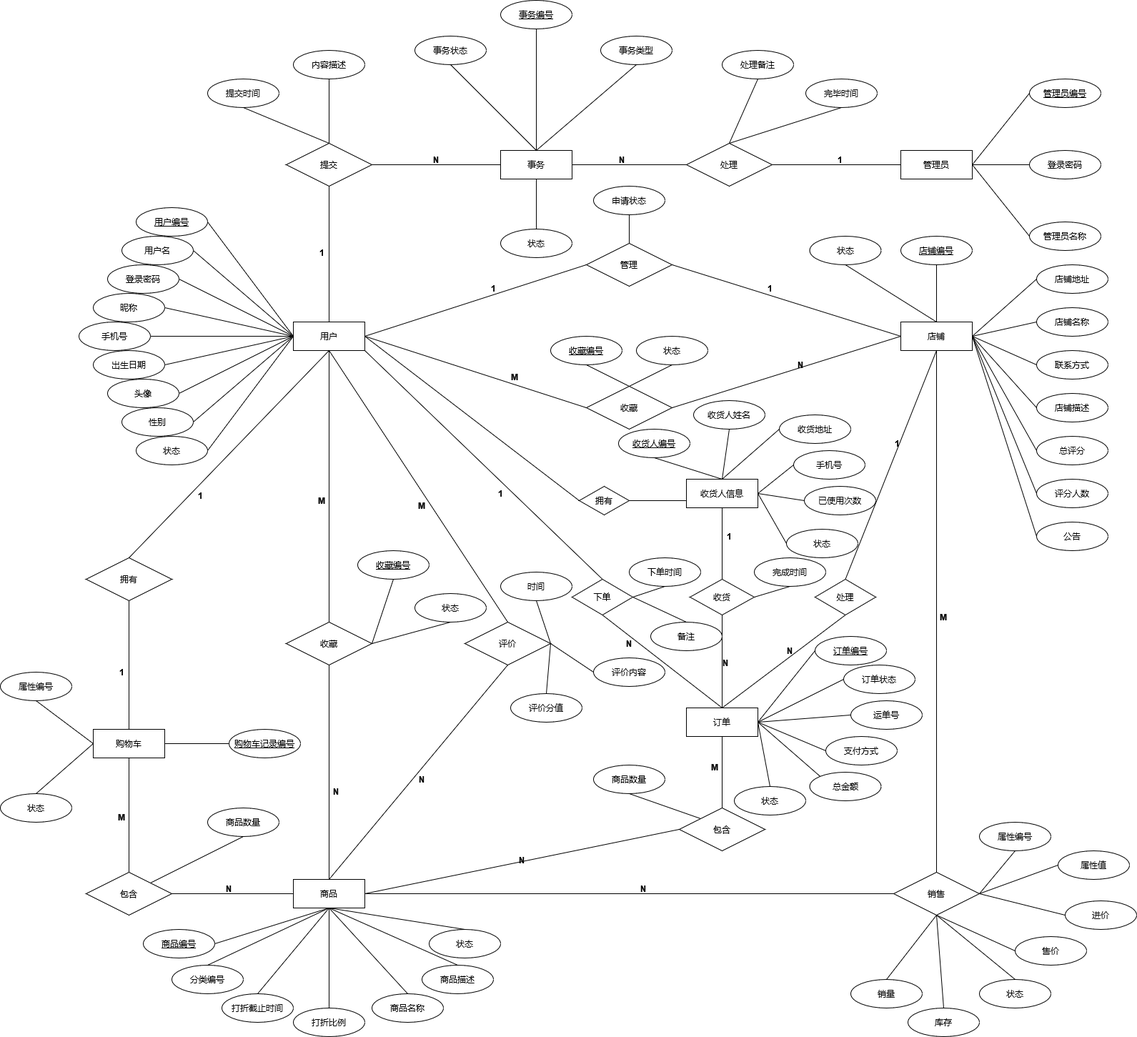
Liu-Kaixiang/Online-Shopping-System keeps this draw.io diagram as Images/E-R.drawio.png. Above is the earlier version. Source tidied: cells renumbered, new cells last; positions are measured from the earlier drawing's top-left corner, leaving out a move shared by most shapes.
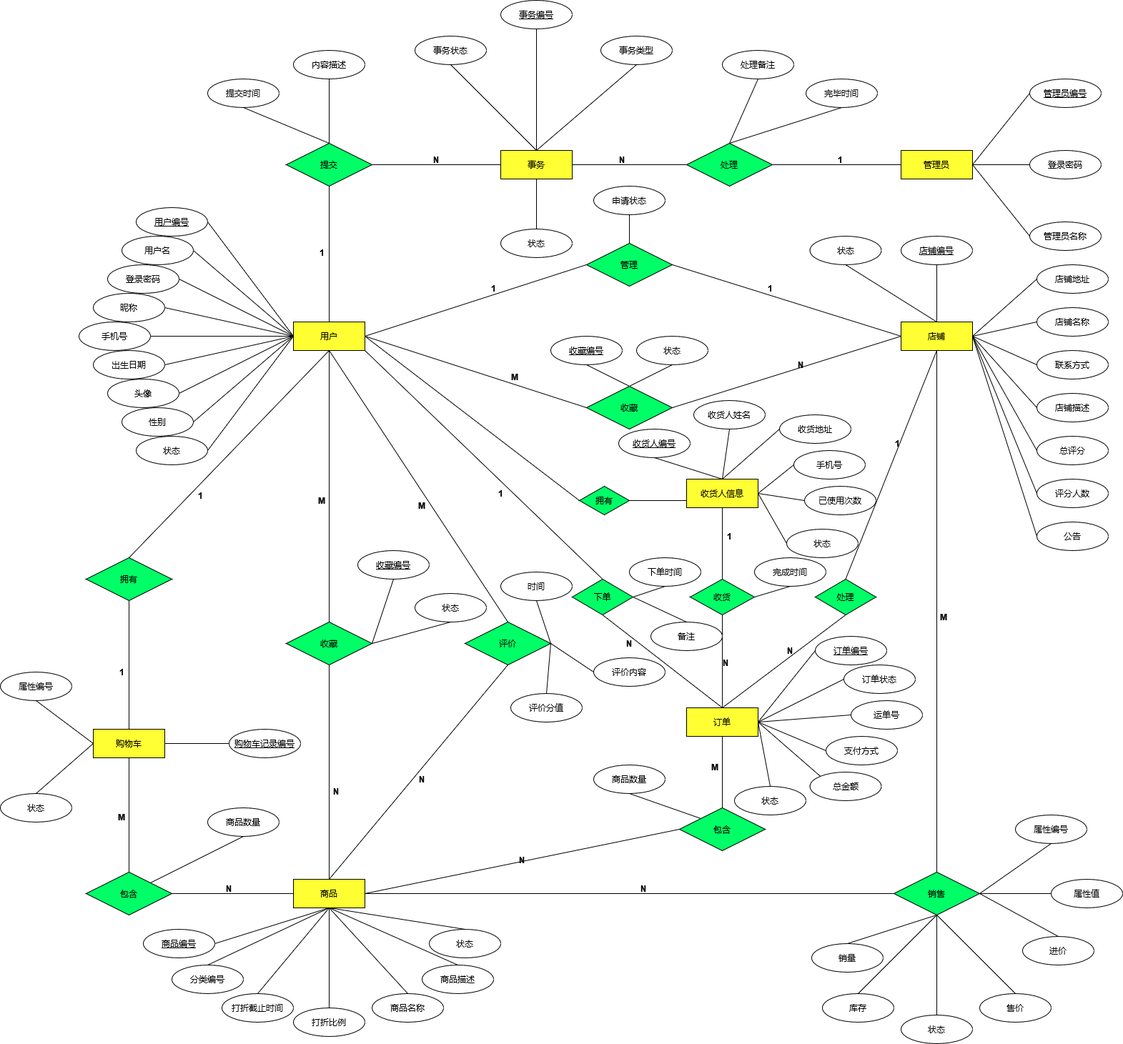
After the commit.

Change to the diagram source:
```diff
@@ -2,22 +2,22 @@
   <root>
     <mxCell id="0" />
     <mxCell id="1" parent="0" />
-    <mxCell id="2" value="用户" style="whiteSpace=wrap;html=1;align=center;" parent="1" vertex="1">
+    <mxCell id="2" value="用户" style="whiteSpace=wrap;html=1;align=center;fillColor=#FFFF33;" parent="1" vertex="1">
       <mxGeometry x="410" y="450" width="100" height="40" as="geometry" />
     </mxCell>
-    <mxCell id="3" value="提交" style="shape=rhombus;perimeter=rhombusPerimeter;whiteSpace=wrap;html=1;align=center;" parent="1" vertex="1">
+    <mxCell id="3" value="提交" style="shape=rhombus;perimeter=rhombusPerimeter;whiteSpace=wrap;html=1;align=center;fillColor=#00FF66;" parent="1" vertex="1">
       <mxGeometry x="400" y="200" width="120" height="60" as="geometry" />
     </mxCell>
-    <mxCell id="4" value="拥有" style="shape=rhombus;perimeter=rhombusPerimeter;whiteSpace=wrap;html=1;align=center;" parent="1" vertex="1">
+    <mxCell id="4" value="拥有" style="shape=rhombus;perimeter=rhombusPerimeter;whiteSpace=wrap;html=1;align=center;fillColor=#00FF66;" parent="1" vertex="1">
       <mxGeometry x="120" y="780" width="120" height="60" as="geometry" />
     </mxCell>
-    <mxCell id="5" value="收藏" style="shape=rhombus;perimeter=rhombusPerimeter;whiteSpace=wrap;html=1;align=center;" parent="1" vertex="1">
+    <mxCell id="5" value="收藏" style="shape=rhombus;perimeter=rhombusPerimeter;whiteSpace=wrap;html=1;align=center;fillColor=#00FF66;" parent="1" vertex="1">
       <mxGeometry x="400" y="870" width="120" height="60" as="geometry" />
     </mxCell>
-    <mxCell id="6" value="评价" style="shape=rhombus;perimeter=rhombusPerimeter;whiteSpace=wrap;html=1;align=center;" parent="1" vertex="1">
+    <mxCell id="6" value="评价" style="shape=rhombus;perimeter=rhombusPerimeter;whiteSpace=wrap;html=1;align=center;fillColor=#00FF66;" parent="1" vertex="1">
       <mxGeometry x="650" y="870" width="120" height="60" as="geometry" />
     </mxCell>
-    <mxCell id="7" value="商品" style="whiteSpace=wrap;html=1;align=center;" parent="1" vertex="1">
+    <mxCell id="7" value="商品" style="whiteSpace=wrap;html=1;align=center;fillColor=#FFFF33;" parent="1" vertex="1">
       <mxGeometry x="410" y="1230" width="100" height="40" as="geometry" />
     </mxCell>
     <mxCell id="8" style="endArrow=none;html=1;rounded=0;exitX=0.5;exitY=1;exitDx=0;exitDy=0;entryX=0.5;entryY=0;entryDx=0;entryDy=0;" parent="1" edge="1" source="5" target="7">
@@ -26,31 +26,31 @@
     <mxCell id="9" style="endArrow=none;html=1;rounded=0;exitX=0.5;exitY=1;exitDx=0;exitDy=0;entryX=0.5;entryY=0;entryDx=0;entryDy=0;" parent="1" edge="1" source="3" target="2">
       <mxGeometry relative="1" as="geometry" />
     </mxCell>
-    <mxCell id="10" value="事务" style="whiteSpace=wrap;html=1;align=center;" parent="1" vertex="1">
+    <mxCell id="10" value="事务" style="whiteSpace=wrap;html=1;align=center;fillColor=#FFFF33;" parent="1" vertex="1">
       <mxGeometry x="700" y="210" width="100" height="40" as="geometry" />
     </mxCell>
     <mxCell id="11" style="endArrow=none;html=1;rounded=0;exitX=1;exitY=0.5;exitDx=0;exitDy=0;entryX=0;entryY=0.5;entryDx=0;entryDy=0;" parent="1" edge="1" source="3" target="10">
       <mxGeometry relative="1" as="geometry" />
     </mxCell>
-    <mxCell id="12" value="处理" style="shape=rhombus;perimeter=rhombusPerimeter;whiteSpace=wrap;html=1;align=center;" parent="1" vertex="1">
+    <mxCell id="12" value="处理" style="shape=rhombus;perimeter=rhombusPerimeter;whiteSpace=wrap;html=1;align=center;fillColor=#00FF66;" parent="1" vertex="1">
       <mxGeometry x="960" y="200" width="120" height="60" as="geometry" />
     </mxCell>
     <mxCell id="13" style="endArrow=none;html=1;rounded=0;exitX=1;exitY=0.5;exitDx=0;exitDy=0;entryX=0;entryY=0.5;entryDx=0;entryDy=0;" parent="1" edge="1" source="10" target="12">
       <mxGeometry relative="1" as="geometry" />
     </mxCell>
-    <mxCell id="14" value="管理员" style="whiteSpace=wrap;html=1;align=center;" parent="1" vertex="1">
+    <mxCell id="14" value="管理员" style="whiteSpace=wrap;html=1;align=center;fillColor=#FFFF33;" parent="1" vertex="1">
       <mxGeometry x="1260" y="210" width="100" height="40" as="geometry" />
     </mxCell>
     <mxCell id="15" style="endArrow=none;html=1;rounded=0;exitX=1;exitY=0.5;exitDx=0;exitDy=0;entryX=0;entryY=0.5;entryDx=0;entryDy=0;" parent="1" edge="1" source="12" target="14">
       <mxGeometry relative="1" as="geometry" />
     </mxCell>
-    <mxCell id="16" value="店铺" style="whiteSpace=wrap;html=1;align=center;" parent="1" vertex="1">
+    <mxCell id="16" value="店铺" style="whiteSpace=wrap;html=1;align=center;fillColor=#FFFF33;" parent="1" vertex="1">
       <mxGeometry x="1260" y="450" width="100" height="40" as="geometry" />
     </mxCell>
-    <mxCell id="17" value="管理" style="shape=rhombus;perimeter=rhombusPerimeter;whiteSpace=wrap;html=1;align=center;" parent="1" vertex="1">
+    <mxCell id="17" value="管理" style="shape=rhombus;perimeter=rhombusPerimeter;whiteSpace=wrap;html=1;align=center;fillColor=#00FF66;" parent="1" vertex="1">
       <mxGeometry x="820" y="340" width="120" height="60" as="geometry" />
     </mxCell>
-    <mxCell id="18" value="收藏" style="shape=rhombus;perimeter=rhombusPerimeter;whiteSpace=wrap;html=1;align=center;" parent="1" vertex="1">
+    <mxCell id="18" value="收藏" style="shape=rhombus;perimeter=rhombusPerimeter;whiteSpace=wrap;html=1;align=center;fillColor=#00FF66;" parent="1" vertex="1">
       <mxGeometry x="820" y="540" width="120" height="60" as="geometry" />
     </mxCell>
     <mxCell id="19" style="endArrow=none;html=1;rounded=0;exitX=1;exitY=0.5;exitDx=0;exitDy=0;entryX=0;entryY=0.5;entryDx=0;entryDy=0;" parent="1" edge="1" source="2" target="17">
@@ -65,10 +65,10 @@
     <mxCell id="22" style="endArrow=none;html=1;rounded=0;exitX=1;exitY=0.5;exitDx=0;exitDy=0;entryX=0;entryY=0.5;entryDx=0;entryDy=0;" parent="1" edge="1" source="18" target="16">
       <mxGeometry relative="1" as="geometry" />
     </mxCell>
-    <mxCell id="23" value="收货人信息" style="whiteSpace=wrap;html=1;align=center;" parent="1" vertex="1">
+    <mxCell id="23" value="收货人信息" style="whiteSpace=wrap;html=1;align=center;fillColor=#FFFF33;" parent="1" vertex="1">
       <mxGeometry x="960" y="670" width="100" height="40" as="geometry" />
     </mxCell>
-    <mxCell id="24" value="拥有" style="shape=rhombus;perimeter=rhombusPerimeter;whiteSpace=wrap;html=1;align=center;" parent="1" vertex="1">
+    <mxCell id="24" value="拥有" style="shape=rhombus;perimeter=rhombusPerimeter;whiteSpace=wrap;html=1;align=center;fillColor=#00FF66;" parent="1" vertex="1">
       <mxGeometry x="810" y="680" width="70" height="40" as="geometry" />
     </mxCell>
     <mxCell id="25" style="endArrow=none;html=1;rounded=0;exitX=1;exitY=0.5;exitDx=0;exitDy=0;entryX=0;entryY=0.5;entryDx=0;entryDy=0;" parent="1" edge="1" source="2" target="24">
@@ -77,16 +77,16 @@
     <mxCell id="26" style="endArrow=none;html=1;rounded=0;exitX=1;exitY=0.5;exitDx=0;exitDy=0;entryX=0;entryY=0.75;entryDx=0;entryDy=0;" parent="1" edge="1" source="24" target="23">
       <mxGeometry relative="1" as="geometry" />
     </mxCell>
-    <mxCell id="27" value="订单" style="whiteSpace=wrap;html=1;align=center;" parent="1" vertex="1">
+    <mxCell id="27" value="订单" style="whiteSpace=wrap;html=1;align=center;fillColor=#FFFF33;" parent="1" vertex="1">
       <mxGeometry x="960" y="990" width="100" height="40" as="geometry" />
     </mxCell>
-    <mxCell id="28" value="下单" style="shape=rhombus;perimeter=rhombusPerimeter;whiteSpace=wrap;html=1;align=center;" parent="1" vertex="1">
+    <mxCell id="28" value="下单" style="shape=rhombus;perimeter=rhombusPerimeter;whiteSpace=wrap;html=1;align=center;fillColor=#00FF66;" parent="1" vertex="1">
       <mxGeometry x="800" y="810" width="85" height="50" as="geometry" />
     </mxCell>
-    <mxCell id="29" value="收货" style="shape=rhombus;perimeter=rhombusPerimeter;whiteSpace=wrap;html=1;align=center;" parent="1" vertex="1">
+    <mxCell id="29" value="收货" style="shape=rhombus;perimeter=rhombusPerimeter;whiteSpace=wrap;html=1;align=center;fillColor=#00FF66;" parent="1" vertex="1">
       <mxGeometry x="965" y="810" width="90" height="50" as="geometry" />
     </mxCell>
-    <mxCell id="30" value="处理" style="shape=rhombus;perimeter=rhombusPerimeter;whiteSpace=wrap;html=1;align=center;" parent="1" vertex="1">
+    <mxCell id="30" value="处理" style="shape=rhombus;perimeter=rhombusPerimeter;whiteSpace=wrap;html=1;align=center;fillColor=#00FF66;" parent="1" vertex="1">
       <mxGeometry x="1140" y="810" width="85" height="50" as="geometry" />
     </mxCell>
     <mxCell id="31" style="endArrow=none;html=1;rounded=0;exitX=1;exitY=1;exitDx=0;exitDy=0;entryX=0.5;entryY=0;entryDx=0;entryDy=0;" parent="1" edge="1" source="2" target="28">
@@ -110,7 +110,7 @@
     <mxCell id="37" style="endArrow=none;html=1;rounded=0;entryX=0.5;entryY=1;entryDx=0;entryDy=0;exitX=0.5;exitY=0;exitDx=0;exitDy=0;" parent="1" edge="1" source="7" target="6">
       <mxGeometry relative="1" as="geometry" />
     </mxCell>
-    <mxCell id="38" value="包含" style="shape=rhombus;perimeter=rhombusPerimeter;whiteSpace=wrap;html=1;align=center;" parent="1" vertex="1">
+    <mxCell id="38" value="包含" style="shape=rhombus;perimeter=rhombusPerimeter;whiteSpace=wrap;html=1;align=center;fillColor=#00FF66;" parent="1" vertex="1">
       <mxGeometry x="950" y="1130" width="120" height="60" as="geometry" />
     </mxCell>
     <mxCell id="39" style="endArrow=none;html=1;rounded=0;entryX=0.5;entryY=1;entryDx=0;entryDy=0;" parent="1" edge="1" source="38" target="27">
@@ -122,7 +122,7 @@
     <mxCell id="41" style="endArrow=none;html=1;rounded=0;entryX=0;entryY=0.5;entryDx=0;entryDy=0;exitX=1;exitY=0.5;exitDx=0;exitDy=0;" parent="1" edge="1" source="7" target="38">
       <mxGeometry relative="1" as="geometry" />
     </mxCell>
-    <mxCell id="42" value="销售" style="shape=rhombus;perimeter=rhombusPerimeter;whiteSpace=wrap;html=1;align=center;" parent="1" vertex="1">
+    <mxCell id="42" value="销售" style="shape=rhombus;perimeter=rhombusPerimeter;whiteSpace=wrap;html=1;align=center;fillColor=#00FF66;" parent="1" vertex="1">
       <mxGeometry x="1250" y="1220" width="120" height="60" as="geometry" />
     </mxCell>
     <mxCell id="43" style="endArrow=none;html=1;rounded=0;entryX=0.5;entryY=0;entryDx=0;entryDy=0;" parent="1" edge="1" source="16" target="42">
@@ -321,7 +321,7 @@
       <mxGeometry x="590" y="1350" width="100" height="40" as="geometry" />
     </mxCell>
     <mxCell id="108" value="销量" style="ellipse;whiteSpace=wrap;html=1;align=center;" parent="1" vertex="1">
-      <mxGeometry x="1190" y="1370" width="100" height="40" as="geometry" />
+      <mxGeometry x="1135" y="1320" width="100" height="40" as="geometry" />
     </mxCell>
     <mxCell id="109" value="打折截止时间" style="ellipse;whiteSpace=wrap;html=1;align=center;" parent="1" vertex="1">
       <mxGeometry x="310" y="1390" width="100" height="40" as="geometry" />
@@ -439,13 +439,13 @@
     <mxCell id="146" style="endArrow=none;html=1;rounded=0;exitX=1;exitY=0.5;exitDx=0;exitDy=0;entryX=0.5;entryY=1;entryDx=0;entryDy=0;" parent="1" edge="1" source="5" target="144">
       <mxGeometry relative="1" as="geometry" />
     </mxCell>
-    <mxCell id="147" value="购物车" style="whiteSpace=wrap;html=1;align=center;" parent="1" vertex="1">
+    <mxCell id="147" value="购物车" style="whiteSpace=wrap;html=1;align=center;fillColor=#FFFF33;" parent="1" vertex="1">
       <mxGeometry x="130" y="1020" width="100" height="40" as="geometry" />
     </mxCell>
     <mxCell id="148" style="endArrow=none;html=1;rounded=0;entryX=0.5;entryY=1;entryDx=0;entryDy=0;exitX=0.5;exitY=0;exitDx=0;exitDy=0;" parent="1" edge="1" source="147" target="4">
       <mxGeometry relative="1" as="geometry" />
     </mxCell>
-    <mxCell id="149" value="包含" style="shape=rhombus;perimeter=rhombusPerimeter;whiteSpace=wrap;html=1;align=center;" parent="1" vertex="1">
+    <mxCell id="149" value="包含" style="shape=rhombus;perimeter=rhombusPerimeter;whiteSpace=wrap;html=1;align=center;fillColor=#00FF66;" parent="1" vertex="1">
       <mxGeometry x="120" y="1220" width="120" height="60" as="geometry" />
     </mxCell>
     <mxCell id="150" style="endArrow=none;html=1;rounded=0;exitX=0.5;exitY=1;exitDx=0;exitDy=0;entryX=0.5;entryY=0;entryDx=0;entryDy=0;" parent="1" edge="1" source="147" target="149">
@@ -538,22 +538,22 @@
       <mxGeometry relative="1" as="geometry" />
     </mxCell>
     <mxCell id="179" value="进价" style="ellipse;whiteSpace=wrap;html=1;align=center;" parent="1" vertex="1">
-      <mxGeometry x="1490" y="1260" width="100" height="40" as="geometry" />
+      <mxGeometry x="1430" y="1310" width="100" height="40" as="geometry" />
     </mxCell>
     <mxCell id="180" value="售价" style="ellipse;whiteSpace=wrap;html=1;align=center;" parent="1" vertex="1">
-      <mxGeometry x="1420" y="1310" width="100" height="40" as="geometry" />
+      <mxGeometry x="1370" y="1390" width="100" height="40" as="geometry" />
     </mxCell>
     <mxCell id="181" value="库存" style="ellipse;whiteSpace=wrap;html=1;align=center;" parent="1" vertex="1">
-      <mxGeometry x="1270" y="1410" width="100" height="40" as="geometry" />
+      <mxGeometry x="1150" y="1390" width="100" height="40" as="geometry" />
     </mxCell>
     <mxCell id="182" value="状态" style="ellipse;whiteSpace=wrap;html=1;align=center;" parent="1" vertex="1">
-      <mxGeometry x="1370" y="1370" width="100" height="40" as="geometry" />
+      <mxGeometry x="1260" y="1420" width="100" height="40" as="geometry" />
     </mxCell>
     <mxCell id="183" value="属性编号" style="ellipse;whiteSpace=wrap;html=1;align=center;" parent="1" vertex="1">
-      <mxGeometry x="1370" y="1150" width="100" height="40" as="geometry" />
+      <mxGeometry x="1420" y="1140" width="100" height="40" as="geometry" />
     </mxCell>
     <mxCell id="184" value="属性值" style="ellipse;whiteSpace=wrap;html=1;align=center;" parent="1" vertex="1">
-      <mxGeometry x="1480" y="1190" width="100" height="40" as="geometry" />
+      <mxGeometry x="1470" y="1230" width="100" height="40" as="geometry" />
     </mxCell>
     <mxCell id="185" style="endArrow=none;html=1;rounded=0;entryX=0.5;entryY=0;entryDx=0;entryDy=0;exitX=0.5;exitY=1;exitDx=0;exitDy=0;" parent="1" edge="1" source="42" target="181">
       <mxGeometry relative="1" as="geometry" />
@@ -561,13 +561,13 @@
     <mxCell id="186" style="endArrow=none;html=1;rounded=0;entryX=0.5;entryY=0;entryDx=0;entryDy=0;exitX=0.5;exitY=1;exitDx=0;exitDy=0;" parent="1" edge="1" source="42" target="182">
       <mxGeometry relative="1" as="geometry" />
     </mxCell>
-    <mxCell id="187" style="endArrow=none;html=1;rounded=0;entryX=0;entryY=0.5;entryDx=0;entryDy=0;exitX=0.5;exitY=1;exitDx=0;exitDy=0;" parent="1" edge="1" source="42" target="180">
+    <mxCell id="187" style="endArrow=none;html=1;rounded=0;entryX=0.5;entryY=0;entryDx=0;entryDy=0;exitX=0.5;exitY=1;exitDx=0;exitDy=0;" parent="1" edge="1" source="42" target="180">
       <mxGeometry relative="1" as="geometry" />
     </mxCell>
     <mxCell id="188" style="endArrow=none;html=1;rounded=0;entryX=0.5;entryY=1;entryDx=0;entryDy=0;exitX=1;exitY=0.5;exitDx=0;exitDy=0;" parent="1" edge="1" source="42" target="183">
       <mxGeometry relative="1" as="geometry" />
     </mxCell>
-    <mxCell id="189" style="endArrow=none;html=1;rounded=0;entryX=0;entryY=0.5;entryDx=0;entryDy=0;exitX=1;exitY=0.5;exitDx=0;exitDy=0;" parent="1" edge="1" source="42" target="179">
+    <mxCell id="189" style="endArrow=none;html=1;rounded=0;entryX=0.5;entryY=0;entryDx=0;entryDy=0;exitX=1;exitY=0.5;exitDx=0;exitDy=0;" parent="1" edge="1" source="42" target="179">
       <mxGeometry relative="1" as="geometry" />
     </mxCell>
     <mxCell id="190" style="endArrow=none;html=1;rounded=0;entryX=0;entryY=0.5;entryDx=0;entryDy=0;exitX=1;exitY=0.5;exitDx=0;exitDy=0;" parent="1" edge="1" source="42" target="184">
```
